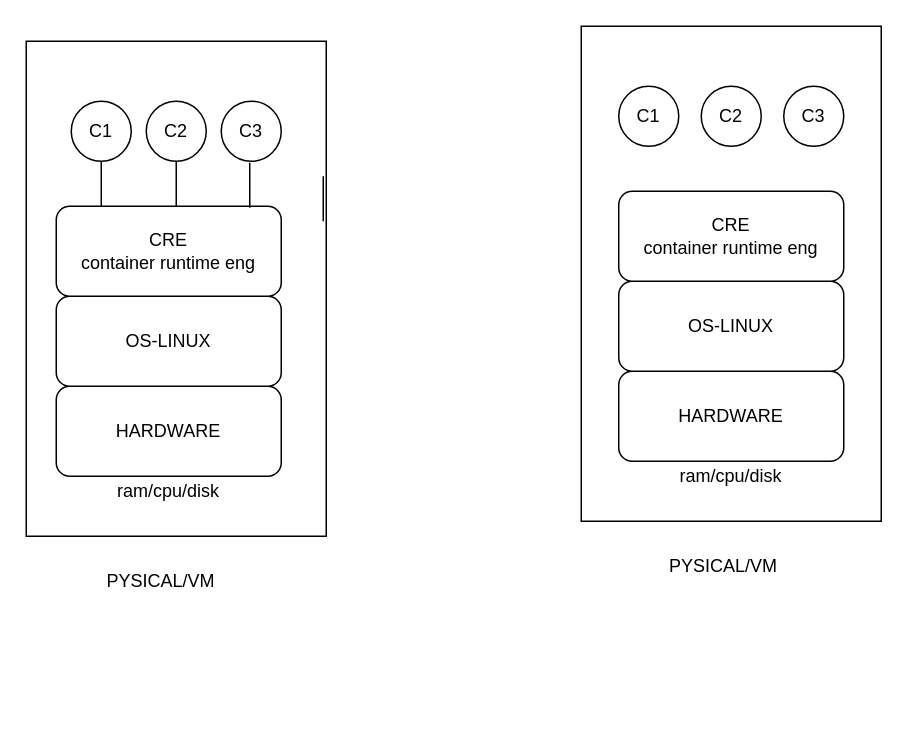
The draw.io diagram kubernet@one.drawio in ashisnishanka/kubernet, before the edit. Source tidied: cells renumbered, new cells numbered last; positions are measured from the earlier drawing's top-left corner, leaving out a move shared by most shapes. Both pictures are drawn from the tidied source at 150%, with x=0, y=0 at pixel (26, 26).
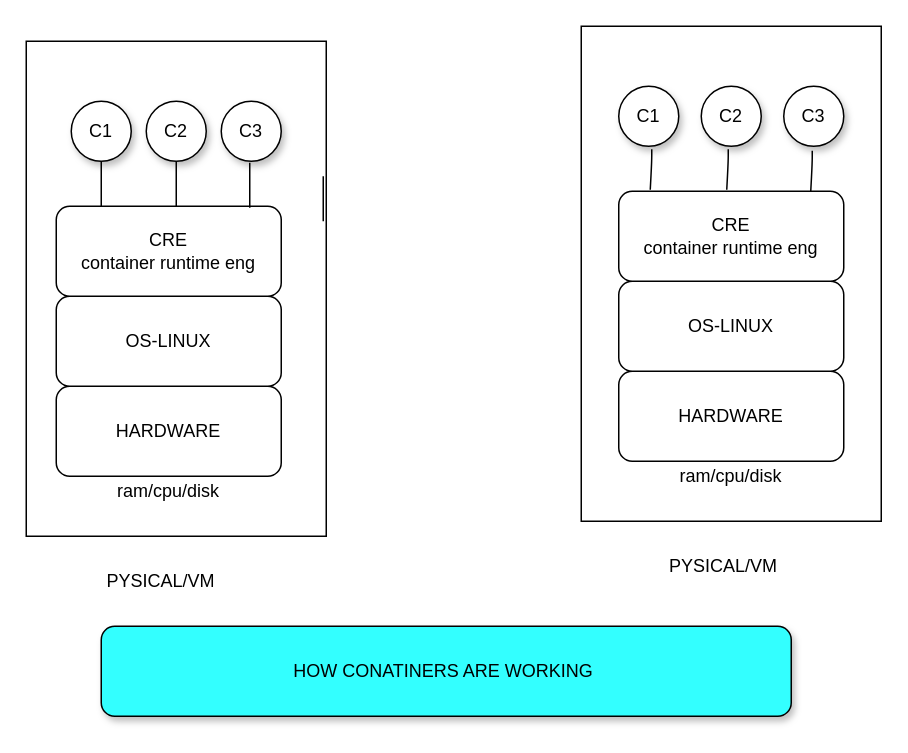
The same page after the edit.

Diff of the diagram source:
```diff
@@
-    <mxCell id="7" value="C1" style="ellipse;whiteSpace=wrap;html=1;" parent="1" vertex="1">
+    <mxCell id="7" value="C1" style="ellipse;whiteSpace=wrap;html=1;fillColor=#FFFFFF;shadow=1;" parent="1" vertex="1">
       <mxGeometry x="30" y="50" width="40" height="40" as="geometry" />
     </mxCell>
-    <mxCell id="8" value="C2" style="ellipse;whiteSpace=wrap;html=1;" parent="1" vertex="1">
+    <mxCell id="8" value="C2" style="ellipse;whiteSpace=wrap;html=1;shadow=1;" parent="1" vertex="1">
       <mxGeometry x="80" y="50" width="40" height="40" as="geometry" />
     </mxCell>
-    <mxCell id="9" value="C3" style="ellipse;whiteSpace=wrap;html=1;" parent="1" vertex="1">
+    <mxCell id="9" value="C3" style="ellipse;whiteSpace=wrap;html=1;shadow=1;" parent="1" vertex="1">
       <mxGeometry x="130" y="50" width="40" height="40" as="geometry" />
     </mxCell>
@@
-    <mxCell id="18" value="C1" style="ellipse;whiteSpace=wrap;html=1;" parent="1" vertex="1">
+    <mxCell id="18" value="C1" style="ellipse;whiteSpace=wrap;html=1;shadow=1;" parent="1" vertex="1">
       <mxGeometry x="395" y="40" width="40" height="40" as="geometry" />
     </mxCell>
-    <mxCell id="19" value="C2" style="ellipse;whiteSpace=wrap;html=1;" parent="1" vertex="1">
+    <mxCell id="19" value="C2" style="ellipse;whiteSpace=wrap;html=1;shadow=1;" parent="1" vertex="1">
       <mxGeometry x="450" y="40" width="40" height="40" as="geometry" />
     </mxCell>
-    <mxCell id="20" value="C3" style="ellipse;whiteSpace=wrap;html=1;" parent="1" vertex="1">
+    <mxCell id="20" value="C3" style="ellipse;whiteSpace=wrap;html=1;shadow=1;" parent="1" vertex="1">
       <mxGeometry x="505" y="40" width="40" height="40" as="geometry" />
     </mxCell>
@@
+    <mxCell id="24" style="endArrow=none;html=1;entryX=0.775;entryY=1.05;entryDx=0;entryDy=0;entryPerimeter=0;exitX=0.2;exitY=-0.017;exitDx=0;exitDy=0;exitPerimeter=0;" parent="1" edge="1">
+      <mxGeometry relative="1" as="geometry">
+        <mxPoint x="416" y="109" as="sourcePoint" />
+        <mxPoint x="417" y="82" as="targetPoint" />
+        <Array as="points">
+          <mxPoint x="417" y="90" />
+        </Array>
+      </mxGeometry>
+    </mxCell>
+    <mxCell id="25" style="endArrow=none;html=1;entryX=0.775;entryY=1.05;entryDx=0;entryDy=0;entryPerimeter=0;exitX=0.2;exitY=-0.017;exitDx=0;exitDy=0;exitPerimeter=0;" parent="1" edge="1">
+      <mxGeometry relative="1" as="geometry">
+        <mxPoint x="467" y="109" as="sourcePoint" />
+        <mxPoint x="468" y="82" as="targetPoint" />
+        <Array as="points">
+          <mxPoint x="468" y="90" />
+        </Array>
+      </mxGeometry>
+    </mxCell>
+    <mxCell id="26" style="endArrow=none;html=1;entryX=0.775;entryY=1.05;entryDx=0;entryDy=0;entryPerimeter=0;exitX=0.2;exitY=-0.017;exitDx=0;exitDy=0;exitPerimeter=0;" parent="1" edge="1">
+      <mxGeometry relative="1" as="geometry">
+        <mxPoint x="523" y="110" as="sourcePoint" />
+        <mxPoint x="524" y="83" as="targetPoint" />
+        <Array as="points">
+          <mxPoint x="524" y="91" />
+        </Array>
+      </mxGeometry>
+    </mxCell>
+    <mxCell id="27" value="HOW CONATINERS ARE WORKING&amp;nbsp;" style="rounded=1;whiteSpace=wrap;html=1;shadow=1;fillColor=#33FFFF;" parent="1" vertex="1">
+      <mxGeometry x="50" y="400" width="460" height="60" as="geometry" />
+    </mxCell>
```
